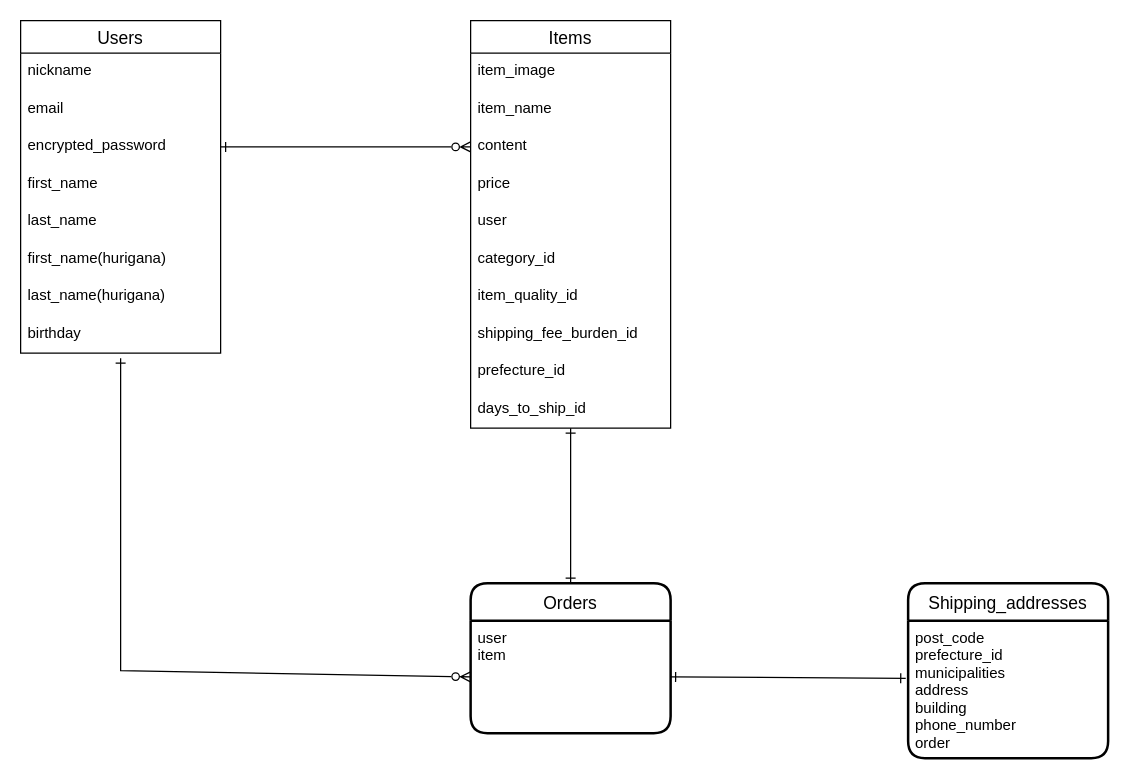
fudoakira/furima-37207 keeps this draw.io diagram as furima-37207.dio. Above is the earlier version. Source tidied: cells renumbered, new cells numbered last; positions are measured from the earlier drawing's top-left corner, leaving out a move shared by most shapes. Both pictures are drawn from the tidied source at 125%, with x=0, y=0 at pixel (20, 20).
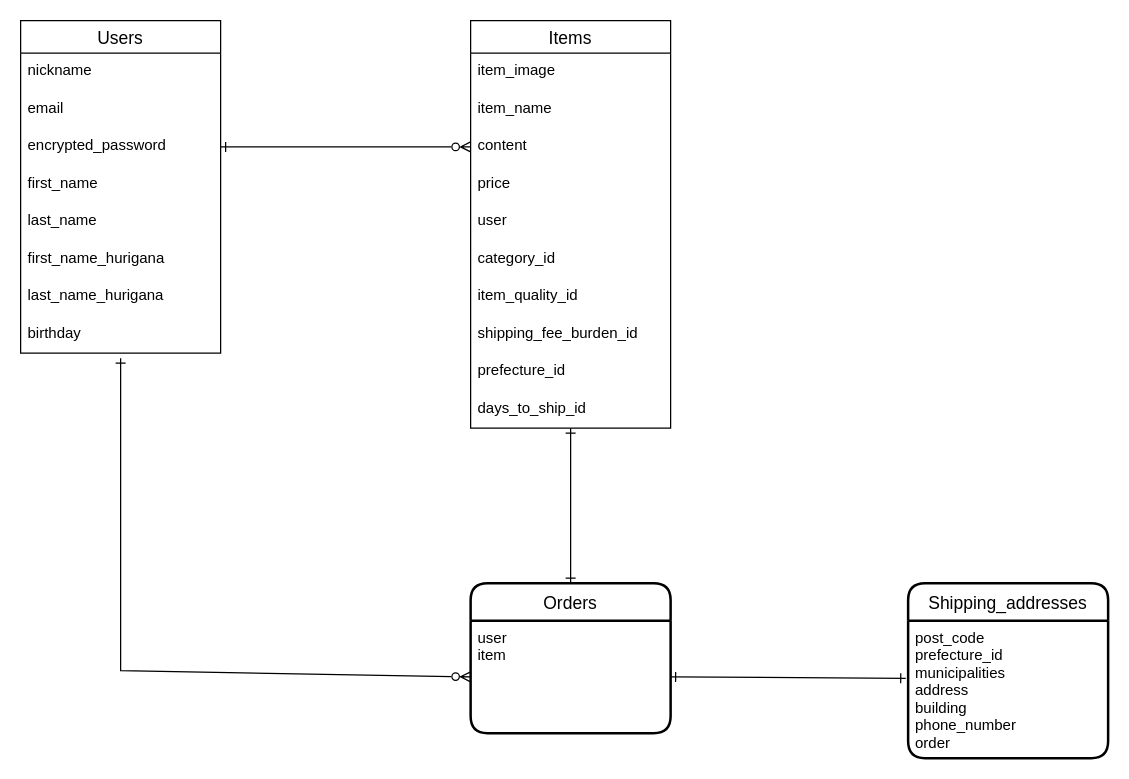
After the change.

Unchanged cells that the change refers to:
```xml
<mxCell id="2" value="Users" style="swimlane;fontStyle=0;horizontal=1;startSize=26;align=center;fontSize=14;" parent="1" vertex="1">
  <mxGeometry width="160" height="266" as="geometry" />
</mxCell>
```

The edit, as a diff of the source:
```diff
@@
-    <mxCell id="8" value="first_name(hurigana)" style="text;strokeColor=none;fillColor=none;spacingLeft=4;spacingRight=4;overflow=hidden;fontSize=12;" parent="2" vertex="1">
+    <mxCell id="8" value="first_name_hurigana" style="text;strokeColor=none;fillColor=none;spacingLeft=4;spacingRight=4;overflow=hidden;fontSize=12;" parent="2" vertex="1">
       <mxGeometry y="176" width="160" height="30" as="geometry" />
     </mxCell>
-    <mxCell id="9" value="last_name(hurigana)" style="text;strokeColor=none;fillColor=none;spacingLeft=4;spacingRight=4;overflow=hidden;fontSize=12;" parent="2" vertex="1">
+    <mxCell id="9" value="last_name_hurigana" style="text;strokeColor=none;fillColor=none;spacingLeft=4;spacingRight=4;overflow=hidden;fontSize=12;" parent="2" vertex="1">
       <mxGeometry y="206" width="160" height="30" as="geometry" />
     </mxCell>
```
